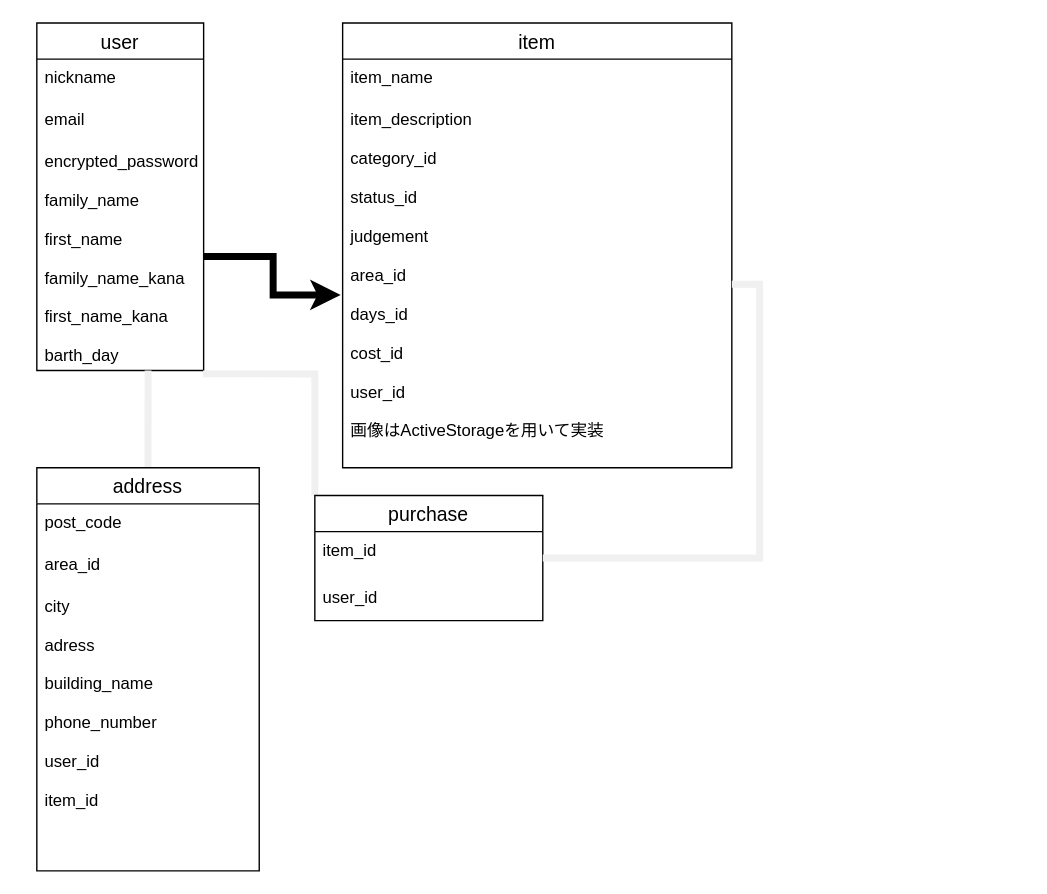
Above: test.dio in syunsuke-png/furima-35271 (draw.io), before the change. Source tidied: cells renumbered, new cells numbered last; positions are measured from the earlier drawing's top-left corner, leaving out a move shared by most shapes. Both pictures are drawn from the tidied source at 139%, with x=0, y=0 at pixel (36, 22).
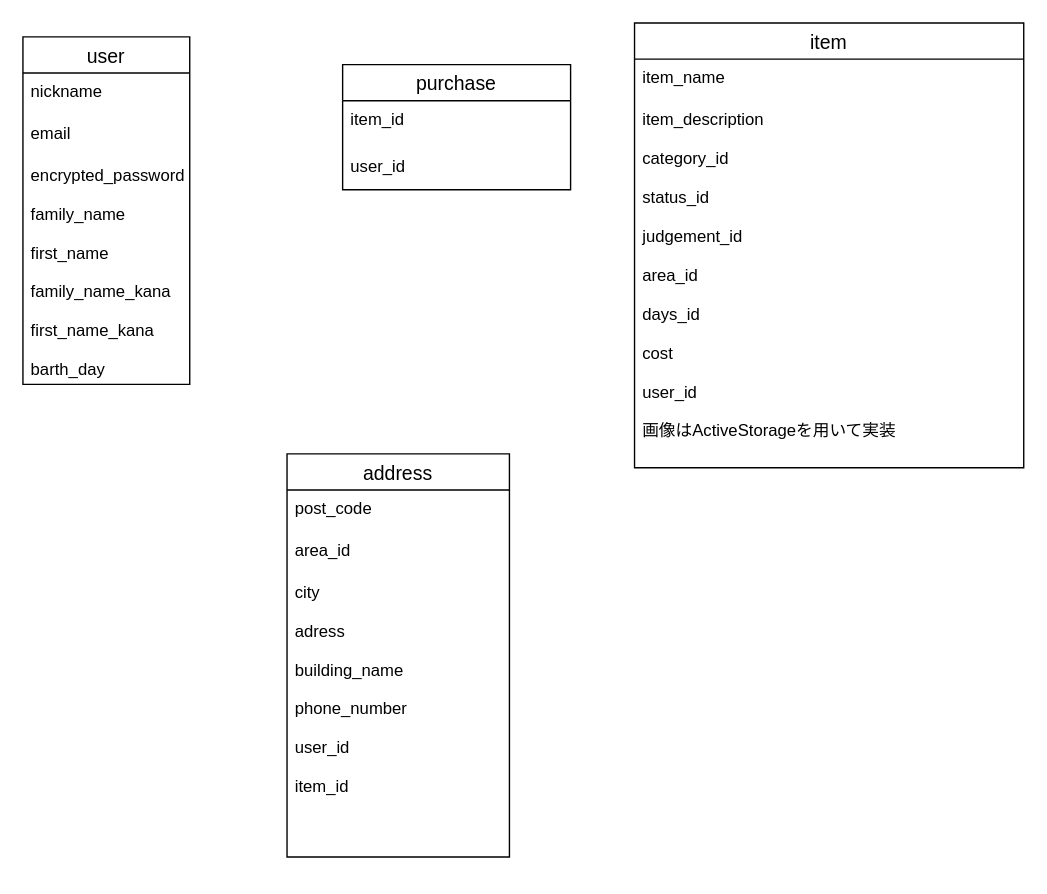
After the change.

The edit, as a diff of the source:
```diff
@@
 <mxGraphModel>
   <root>
     <mxCell id="0" />
     <mxCell id="1" parent="0" />
     <mxCell id="2" value="user" style="swimlane;fontStyle=0;horizontal=1;startSize=26;align=center;fontSize=14;" parent="1" vertex="1">
-      <mxGeometry width="120" height="250" as="geometry" />
+      <mxGeometry x="-10" y="10" width="120" height="250" as="geometry" />
     </mxCell>
     <mxCell id="3" value="nickname" style="text;strokeColor=none;fillColor=none;spacingLeft=4;spacingRight=4;overflow=hidden;fontSize=12;" parent="2" vertex="1">
       <mxGeometry y="26" width="120" height="30" as="geometry" />
     </mxCell>
     <mxCell id="4" value="email" style="text;strokeColor=none;fillColor=none;spacingLeft=4;spacingRight=4;overflow=hidden;fontSize=12;" parent="2" vertex="1">
       <mxGeometry y="56" width="120" height="30" as="geometry" />
     </mxCell>
     <mxCell id="5" value="encrypted_password&#10;&#10;family_name&#10;&#10;first_name&#10;&#10;family_name_kana&#10;&#10;first_name_kana&#10;&#10;barth_day&#10;" style="text;strokeColor=none;fillColor=none;spacingLeft=4;spacingRight=4;overflow=hidden;points=[[0,0.5],[1,0.5]];portConstraint=eastwest;fontSize=12;" parent="2" vertex="1">
       <mxGeometry y="86" width="120" height="164" as="geometry" />
     </mxCell>
     <mxCell id="6" value="item" style="swimlane;fontStyle=0;horizontal=1;startSize=26;align=center;fontSize=14;" parent="1" vertex="1">
-      <mxGeometry x="220" width="280" height="320" as="geometry" />
+      <mxGeometry x="430" width="280" height="320" as="geometry" />
     </mxCell>
     <mxCell id="7" value="item_name" style="text;strokeColor=none;fillColor=none;spacingLeft=4;spacingRight=4;overflow=hidden;fontSize=12;" parent="6" vertex="1">
       <mxGeometry y="26" width="280" height="30" as="geometry" />
     </mxCell>
-    <mxCell id="8" value="item_description&#10;&#10;category_id&#10;&#10;status_id&#10;&#10;judgement&#10;&#10;area_id&#10;&#10;days_id&#10;&#10;cost_id&#10;&#10;user_id&#10;&#10;画像はActiveStorageを用いて実装&#10;&#10;" style="text;strokeColor=none;fillColor=none;spacingLeft=4;spacingRight=4;overflow=hidden;points=[[0,0.5],[1,0.5]];portConstraint=eastwest;fontSize=12;" parent="6" vertex="1">
+    <mxCell id="8" value="item_description&#10;&#10;category_id&#10;&#10;status_id&#10;&#10;judgement_id&#10;&#10;area_id&#10;&#10;days_id&#10;&#10;cost&#10;&#10;user_id&#10;&#10;画像はActiveStorageを用いて実装&#10;&#10;" style="text;strokeColor=none;fillColor=none;spacingLeft=4;spacingRight=4;overflow=hidden;points=[[0,0.5],[1,0.5]];portConstraint=eastwest;fontSize=12;" parent="6" vertex="1">
       <mxGeometry y="56" width="280" height="264" as="geometry" />
     </mxCell>
-    <mxCell id="9" style="edgeStyle=orthogonalEdgeStyle;rounded=0;jettySize=auto;html=1;entryX=-0.005;entryY=0.529;entryDx=0;entryDy=0;entryPerimeter=0;targetPerimeterSpacing=0;endArrow=classic;endFill=1;strokeWidth=5;" parent="1" edge="1" source="5" target="8">
-      <mxGeometry relative="1" as="geometry" />
-    </mxCell>
-    <mxCell id="10" style="edgeStyle=orthogonalEdgeStyle;rounded=0;jettySize=auto;html=1;exitX=0.5;exitY=0;exitDx=0;exitDy=0;entryX=0.667;entryY=1;entryDx=0;entryDy=0;entryPerimeter=0;endArrow=none;endFill=0;targetPerimeterSpacing=0;strokeColor=#f0f0f0;strokeWidth=5;" parent="1" edge="1" source="11" target="5">
-      <mxGeometry relative="1" as="geometry" />
-    </mxCell>
     <mxCell id="11" value="address" style="swimlane;fontStyle=0;horizontal=1;startSize=26;align=center;fontSize=14;" parent="1" vertex="1">
-      <mxGeometry y="320" width="160" height="290" as="geometry" />
+      <mxGeometry x="180" y="310" width="160" height="290" as="geometry" />
     </mxCell>
     <mxCell id="12" value="post_code" style="text;strokeColor=none;fillColor=none;spacingLeft=4;spacingRight=4;overflow=hidden;fontSize=12;" parent="11" vertex="1">
       <mxGeometry y="26" width="160" height="30" as="geometry" />
     </mxCell>
     <mxCell id="13" value="area_id" style="text;strokeColor=none;fillColor=none;spacingLeft=4;spacingRight=4;overflow=hidden;fontSize=12;" parent="11" vertex="1">
       <mxGeometry y="56" width="160" height="30" as="geometry" />
     </mxCell>
     <mxCell id="14" value="city&#10;&#10;adress&#10;&#10;building_name&#10;&#10;phone_number&#10;&#10;user_id&#10;&#10;item_id&#10;" style="text;strokeColor=none;fillColor=none;spacingLeft=4;spacingRight=4;overflow=hidden;fontSize=12;" parent="11" vertex="1">
       <mxGeometry y="86" width="160" height="204" as="geometry" />
     </mxCell>
-    <mxCell id="15" style="edgeStyle=orthogonalEdgeStyle;rounded=0;jettySize=auto;html=1;exitX=0;exitY=0;exitDx=0;exitDy=0;entryX=0.996;entryY=1.015;entryDx=0;entryDy=0;entryPerimeter=0;endArrow=none;endFill=0;targetPerimeterSpacing=0;strokeColor=#f0f0f0;strokeWidth=5;" parent="1" edge="1" source="16" target="5">
-      <mxGeometry relative="1" as="geometry" />
-    </mxCell>
     <mxCell id="16" value="purchase" style="swimlane;fontStyle=0;horizontal=1;startSize=26;align=center;fontSize=14;" parent="1" vertex="1">
-      <mxGeometry x="200" y="340" width="164" height="90" as="geometry" />
+      <mxGeometry x="220" y="30" width="164" height="90" as="geometry" />
     </mxCell>
     <mxCell id="17" value="item_id" style="text;strokeColor=none;fillColor=none;spacingLeft=4;spacingRight=4;overflow=hidden;fontSize=12;" parent="16" vertex="1">
       <mxGeometry y="26" width="164" height="34" as="geometry" />
     </mxCell>
     <mxCell id="18" value="user_id" style="text;strokeColor=none;fillColor=none;spacingLeft=4;spacingRight=4;overflow=hidden;fontSize=12;" parent="16" vertex="1">
       <mxGeometry y="60" width="164" height="30" as="geometry" />
     </mxCell>
-    <mxCell id="19" style="edgeStyle=orthogonalEdgeStyle;rounded=0;jettySize=auto;html=1;exitX=1;exitY=0.5;exitDx=0;exitDy=0;entryX=1;entryY=0.5;entryDx=0;entryDy=0;endArrow=none;endFill=0;targetPerimeterSpacing=0;strokeColor=#f0f0f0;strokeWidth=5;" parent="1" edge="1" source="8" target="16">
-      <mxGeometry relative="1" as="geometry" />
-    </mxCell>
   </root>
 </mxGraphModel>
```
